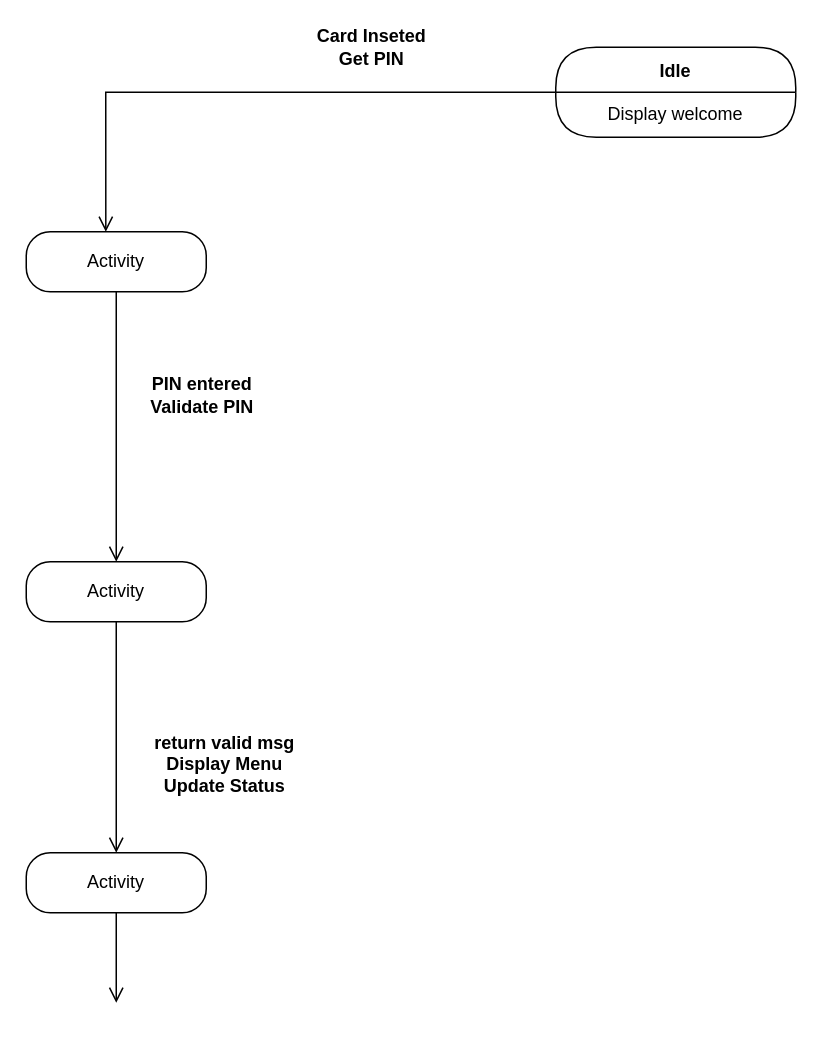
This is 吴宏伟-状态图.drawio from Forrest-Tao/draw.io, a draw.io file, before an edit. Source tidied: cells renumbered, new cells numbered last; positions are measured from the earlier drawing's top-left corner, leaving out a move shared by most shapes. Both pictures are drawn from the tidied source at 150%, with x=0, y=0 at pixel (26, 27).
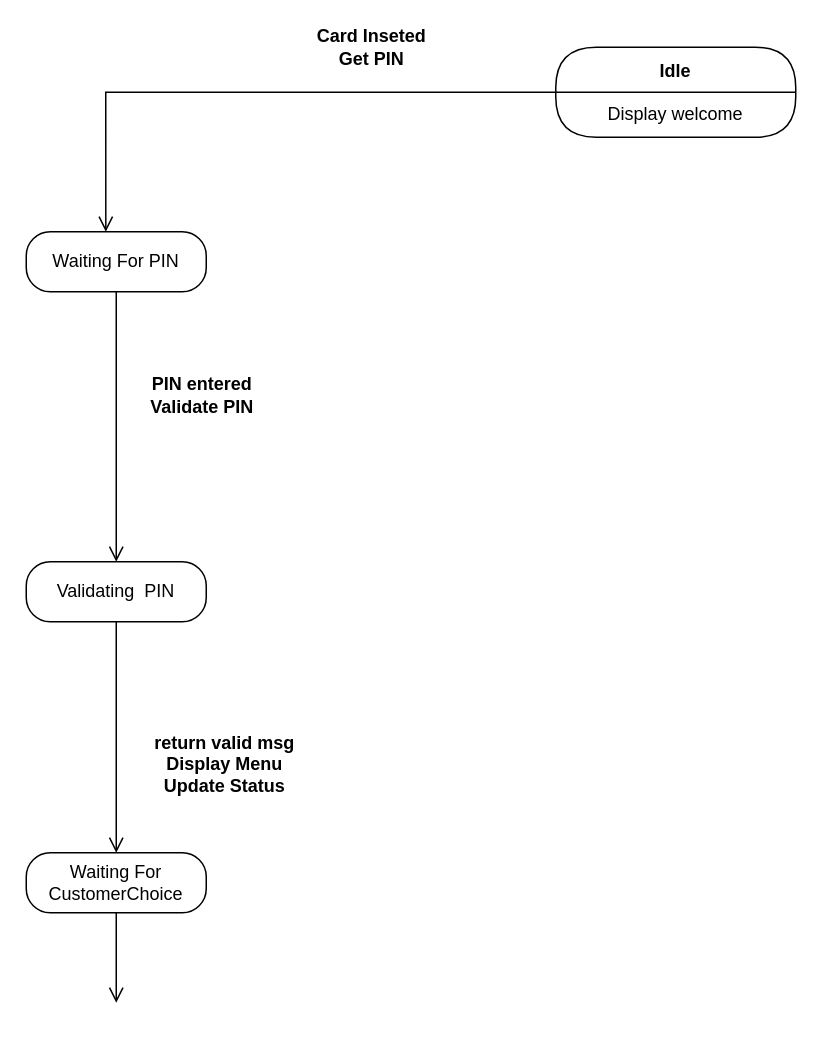
After the change.

Commit message:
更新吴宏伟-状态图.drawio

Diff of the diagram source:
```diff
@@
 <mxGraphModel>
   <root>
     <mxCell id="0" />
     <mxCell id="1" parent="0" />
     <mxCell id="2" value="Idle" style="swimlane;fontStyle=1;align=center;verticalAlign=middle;horizontal=1;startSize=30;rounded=1;arcSize=30;swimlaneFillColor=#FFFFFF;" parent="1" vertex="1">
       <mxGeometry x="353" y="13" width="160" height="60" as="geometry" />
     </mxCell>
     <mxCell id="3" value="Display welcome" style="text;html=1;align=center;verticalAlign=middle;spacingLeft=4;spacingRight=4;whiteSpace=wrap;overflow=hidden;" parent="2" vertex="1">
       <mxGeometry y="30" width="160" height="30" as="geometry" />
     </mxCell>
     <mxCell id="4" style="edgeStyle=orthogonalEdgeStyle;html=1;verticalAlign=bottom;endArrow=open;endSize=8;rounded=0;entryX=0.442;entryY=0;entryDx=0;entryDy=0;entryPerimeter=0;" parent="1" edge="1" source="2" target="5">
       <mxGeometry relative="1" as="geometry" />
     </mxCell>
-    <mxCell id="5" value="Activity" style="rounded=1;whiteSpace=wrap;html=1;arcSize=40;" parent="1" vertex="1">
+    <mxCell id="5" value="Waiting For PIN" style="rounded=1;whiteSpace=wrap;html=1;arcSize=40;" parent="1" vertex="1">
       <mxGeometry y="136" width="120" height="40" as="geometry" />
     </mxCell>
     <mxCell id="6" style="edgeStyle=orthogonalEdgeStyle;html=1;verticalAlign=bottom;endArrow=open;endSize=8;rounded=0;entryX=0.5;entryY=0;entryDx=0;entryDy=0;" parent="1" edge="1" source="5" target="7">
       <mxGeometry relative="1" as="geometry" />
     </mxCell>
-    <mxCell id="7" value="Activity" style="rounded=1;whiteSpace=wrap;html=1;arcSize=40;" parent="1" vertex="1">
+    <mxCell id="7" value="Validating&amp;nbsp; PIN" style="rounded=1;whiteSpace=wrap;html=1;arcSize=40;" parent="1" vertex="1">
       <mxGeometry y="356" width="120" height="40" as="geometry" />
     </mxCell>
     <mxCell id="8" style="edgeStyle=orthogonalEdgeStyle;html=1;verticalAlign=bottom;endArrow=open;endSize=8;rounded=0;" parent="1" edge="1" source="7" target="11">
       <mxGeometry relative="1" as="geometry" />
     </mxCell>
     <mxCell id="9" value="Card Inseted&lt;br&gt;Get PIN" style="text;align=center;fontStyle=1;verticalAlign=middle;spacingLeft=3;spacingRight=3;html=1;" parent="1" vertex="1">
       <mxGeometry x="190" width="80" height="26" as="geometry" />
     </mxCell>
     <mxCell id="10" value="PIN entered&lt;br&gt;Validate PIN" style="text;align=center;fontStyle=1;verticalAlign=middle;spacingLeft=3;spacingRight=3;html=1;" parent="1" vertex="1">
       <mxGeometry x="77" y="232" width="80" height="26" as="geometry" />
     </mxCell>
-    <mxCell id="11" value="Activity" style="rounded=1;whiteSpace=wrap;html=1;arcSize=40;" parent="1" vertex="1">
+    <mxCell id="11" value="Waiting For &lt;br&gt;CustomerChoice" style="rounded=1;whiteSpace=wrap;html=1;arcSize=40;" parent="1" vertex="1">
       <mxGeometry y="550" width="120" height="40" as="geometry" />
     </mxCell>
     <mxCell id="12" style="edgeStyle=orthogonalEdgeStyle;html=1;verticalAlign=bottom;endArrow=open;endSize=8;rounded=0;" parent="1" edge="1" source="11">
       <mxGeometry relative="1" as="geometry">
         <mxPoint x="60" y="650" as="targetPoint" />
       </mxGeometry>
     </mxCell>
     <mxCell id="13" value="return valid msg&lt;br&gt;Display Menu&lt;br&gt;Update Status" style="text;align=center;fontStyle=1;verticalAlign=middle;spacingLeft=3;spacingRight=3;html=1;" parent="1" vertex="1">
       <mxGeometry x="59" y="466" width="146" height="50" as="geometry" />
     </mxCell>
   </root>
 </mxGraphModel>
```
